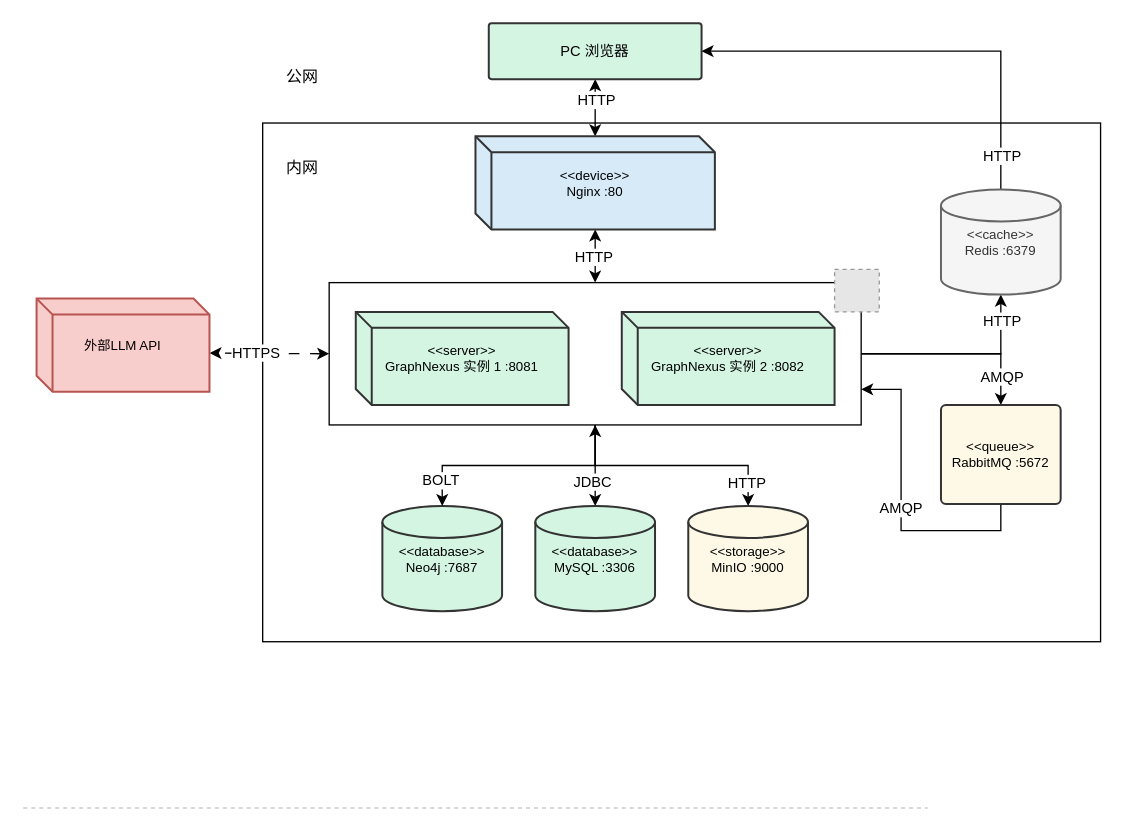
The draw.io diagram docs/design-view/physical-view/diagrams/deployment/deployment-diagram.drawio in Eliauk-L/GraphNexus, before the edit. Source tidied: cells renumbered, new cells numbered last; positions are measured from the earlier drawing's top-left corner, leaving out a move shared by most shapes. Both pictures are drawn from the tidied source at 133%, with x=0, y=0 at pixel (23, 23). Pictures stored in the file or linked from it are replaced by grey dashed boxes.
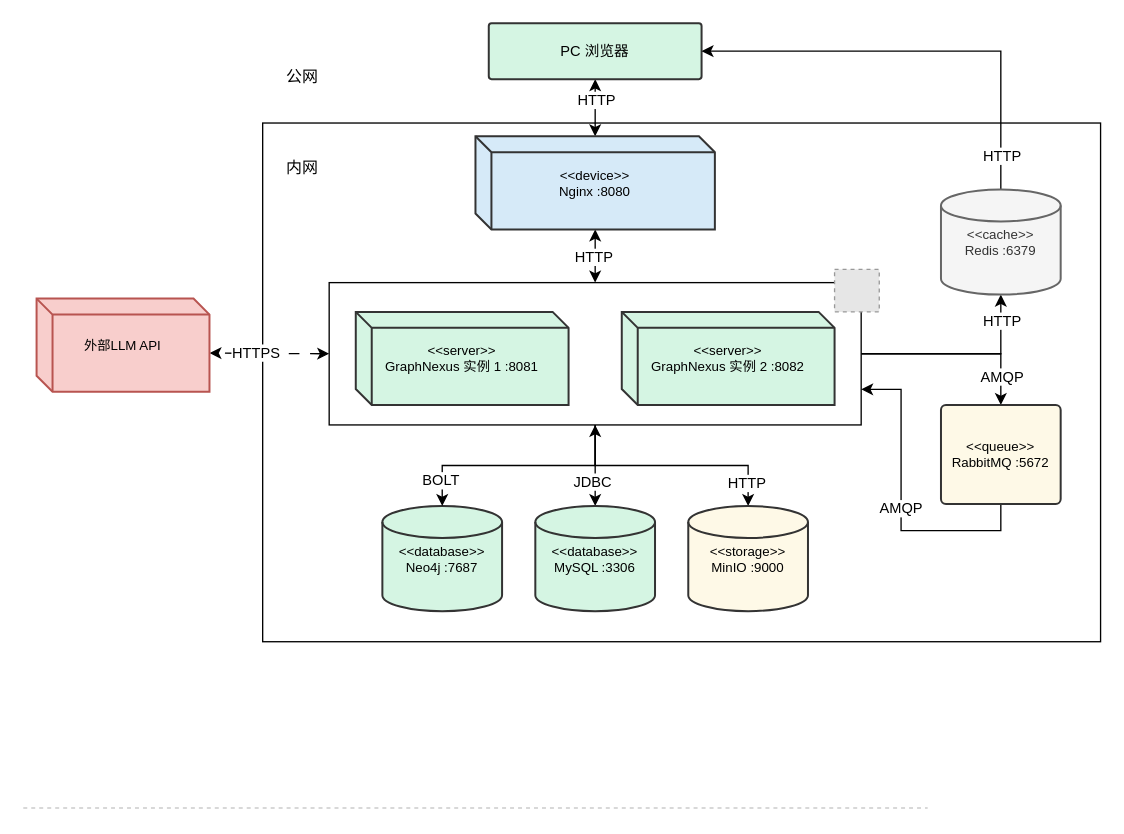
After the change.

Commit message (it also covers changes not shown here):
[doc] 修改部署图 nginx端口号为8080

Diff of the diagram source:
```diff
@@
-    <mxCell id="19" value="&lt;&lt;device&gt;&gt;&#10;Nginx :80" style="shape=cube;whiteSpace=wrap;fillColor=#D6EAF8;strokeColor=#333333;strokeWidth=1.5;fontSize=10;size=12;align=center;" parent="1" vertex="1">
+    <mxCell id="19" value="&lt;&lt;device&gt;&gt;&#10;Nginx :8080" style="shape=cube;whiteSpace=wrap;fillColor=#D6EAF8;strokeColor=#333333;strokeWidth=1.5;fontSize=10;size=12;align=center;" parent="1" vertex="1">
       <mxGeometry x="340" y="85" width="180" height="70" as="geometry" />
     </mxCell>
```
